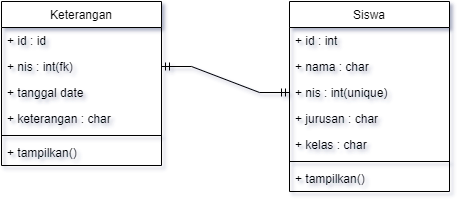
This is classdiagram-facepresensi.drawio.png from ditanursabila/face-presensi, a draw.io export, as it was before one commit. Source tidied: cells renumbered, new cells last; positions are measured from the earlier drawing's top-left corner, leaving out a move shared by most shapes. Its diagram source:
```xml
<mxGraphModel>
  <root>
    <mxCell id="0" />
    <mxCell id="1" parent="0" />
    <mxCell id="2" value="Keterangan" style="swimlane;fontStyle=0;align=center;verticalAlign=top;horizontal=1;startSize=26;rounded=0;shadow=0;strokeWidth=1;" parent="1" vertex="1">
      <mxGeometry width="160" height="164" as="geometry" />
    </mxCell>
    <mxCell id="3" value="+ id : id" style="text;align=left;verticalAlign=top;spacingLeft=4;spacingRight=4;overflow=hidden;" parent="2" vertex="1">
      <mxGeometry y="26" width="160" height="26" as="geometry" />
    </mxCell>
    <mxCell id="4" value="+ nis : int(fk)" style="text;align=left;verticalAlign=top;spacingLeft=4;spacingRight=4;overflow=hidden;points=[[0,0.5],[1,0.5]];portConstraint=eastwest;rounded=0;shadow=0;html=0;" parent="2" vertex="1">
      <mxGeometry y="52" width="160" height="26" as="geometry" />
    </mxCell>
    <mxCell id="5" value="+ tanggal date&#10;" style="text;align=left;verticalAlign=top;spacingLeft=4;spacingRight=4;overflow=hidden;rounded=0;shadow=0;html=0;" parent="2" vertex="1">
      <mxGeometry y="78" width="160" height="26" as="geometry" />
    </mxCell>
    <mxCell id="6" value="+ keterangan : char" style="text;align=left;verticalAlign=top;spacingLeft=4;spacingRight=4;overflow=hidden;rounded=0;shadow=0;html=0;" parent="2" vertex="1">
      <mxGeometry y="104" width="160" height="26" as="geometry" />
    </mxCell>
    <mxCell id="7" style="line;html=1;strokeWidth=1;align=left;verticalAlign=middle;spacingTop=-1;spacingLeft=3;spacingRight=3;labelPosition=right;" parent="2" vertex="1">
      <mxGeometry y="130" width="160" height="8" as="geometry" />
    </mxCell>
    <mxCell id="8" value="+ tampilkan()" style="text;align=left;verticalAlign=top;spacingLeft=4;spacingRight=4;overflow=hidden;" parent="2" vertex="1">
      <mxGeometry y="138" width="160" height="26" as="geometry" />
    </mxCell>
    <mxCell id="9" value="Siswa" style="swimlane;fontStyle=0;align=center;verticalAlign=top;horizontal=1;startSize=26;rounded=0;shadow=0;strokeWidth=1;" parent="1" vertex="1">
      <mxGeometry x="288" width="160" height="190" as="geometry" />
    </mxCell>
    <mxCell id="10" value="+ id : int" style="text;align=left;verticalAlign=top;spacingLeft=4;spacingRight=4;overflow=hidden;" parent="9" vertex="1">
      <mxGeometry y="26" width="160" height="26" as="geometry" />
    </mxCell>
    <mxCell id="11" value="+ nama : char" style="text;align=left;verticalAlign=top;spacingLeft=4;spacingRight=4;overflow=hidden;rounded=0;shadow=0;html=0;" parent="9" vertex="1">
      <mxGeometry y="52" width="160" height="26" as="geometry" />
    </mxCell>
    <mxCell id="12" value="+ nis : int(unique)" style="text;align=left;verticalAlign=top;spacingLeft=4;spacingRight=4;overflow=hidden;points=[[0,0.5],[1,0.5]];portConstraint=eastwest;rounded=0;shadow=0;html=0;" parent="9" vertex="1">
      <mxGeometry y="78" width="160" height="26" as="geometry" />
    </mxCell>
    <mxCell id="13" value="+ jurusan : char" style="text;align=left;verticalAlign=top;spacingLeft=4;spacingRight=4;overflow=hidden;rounded=0;shadow=0;html=0;" parent="9" vertex="1">
      <mxGeometry y="104" width="160" height="26" as="geometry" />
    </mxCell>
    <mxCell id="14" value="+ kelas : char" style="text;align=left;verticalAlign=top;spacingLeft=4;spacingRight=4;overflow=hidden;rounded=0;shadow=0;html=0;" parent="9" vertex="1">
      <mxGeometry y="130" width="160" height="26" as="geometry" />
    </mxCell>
    <mxCell id="15" style="line;html=1;strokeWidth=1;align=left;verticalAlign=middle;spacingTop=-1;spacingLeft=3;spacingRight=3;labelPosition=right;" parent="9" vertex="1">
      <mxGeometry y="156" width="160" height="8" as="geometry" />
    </mxCell>
    <mxCell id="16" value="+ tampilkan()" style="text;align=left;verticalAlign=top;spacingLeft=4;spacingRight=4;overflow=hidden;" parent="9" vertex="1">
      <mxGeometry y="164" width="160" height="26" as="geometry" />
    </mxCell>
    <mxCell id="17" style="edgeStyle=entityRelationEdgeStyle;fontSize=12;html=1;endArrow=ERmandOne;startArrow=ERmandOne;rounded=0;exitX=1;exitY=0.5;exitDx=0;exitDy=0;" parent="1" edge="1" source="4" target="12">
      <mxGeometry relative="1" as="geometry">
        <Array as="points">
          <mxPoint x="160" y="80" />
          <mxPoint x="170" y="70" />
        </Array>
      </mxGeometry>
    </mxCell>
  </root>
</mxGraphModel>
```
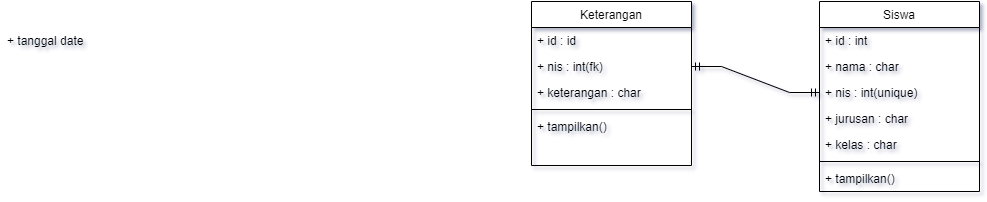
Above is the later version.

Diff of the diagram source:
```diff
@@ -11,17 +11,14 @@
     <mxCell id="4" value="+ nis : int(fk)" style="text;align=left;verticalAlign=top;spacingLeft=4;spacingRight=4;overflow=hidden;points=[[0,0.5],[1,0.5]];portConstraint=eastwest;rounded=0;shadow=0;html=0;" parent="2" vertex="1">
       <mxGeometry y="52" width="160" height="26" as="geometry" />
     </mxCell>
-    <mxCell id="5" value="+ tanggal date&#10;" style="text;align=left;verticalAlign=top;spacingLeft=4;spacingRight=4;overflow=hidden;rounded=0;shadow=0;html=0;" parent="2" vertex="1">
-      <mxGeometry y="78" width="160" height="26" as="geometry" />
-    </mxCell>
     <mxCell id="6" value="+ keterangan : char" style="text;align=left;verticalAlign=top;spacingLeft=4;spacingRight=4;overflow=hidden;rounded=0;shadow=0;html=0;" parent="2" vertex="1">
-      <mxGeometry y="104" width="160" height="26" as="geometry" />
+      <mxGeometry y="78" width="160" height="26" as="geometry" />
     </mxCell>
     <mxCell id="7" style="line;html=1;strokeWidth=1;align=left;verticalAlign=middle;spacingTop=-1;spacingLeft=3;spacingRight=3;labelPosition=right;" parent="2" vertex="1">
-      <mxGeometry y="130" width="160" height="8" as="geometry" />
+      <mxGeometry y="104" width="160" height="8" as="geometry" />
     </mxCell>
     <mxCell id="8" value="+ tampilkan()" style="text;align=left;verticalAlign=top;spacingLeft=4;spacingRight=4;overflow=hidden;" parent="2" vertex="1">
-      <mxGeometry y="138" width="160" height="26" as="geometry" />
+      <mxGeometry y="112" width="160" height="26" as="geometry" />
     </mxCell>
     <mxCell id="9" value="Siswa" style="swimlane;fontStyle=0;align=center;verticalAlign=top;horizontal=1;startSize=26;rounded=0;shadow=0;strokeWidth=1;" parent="1" vertex="1">
       <mxGeometry x="288" width="160" height="190" as="geometry" />
@@ -55,5 +52,8 @@
         </Array>
       </mxGeometry>
     </mxCell>
+    <mxCell id="5" value="+ tanggal date&#10;" style="text;align=left;verticalAlign=top;spacingLeft=4;spacingRight=4;overflow=hidden;rounded=0;shadow=0;html=0;" parent="1" vertex="1">
+      <mxGeometry x="-530" y="26" width="160" height="26" as="geometry" />
+    </mxCell>
   </root>
 </mxGraphModel>
```
